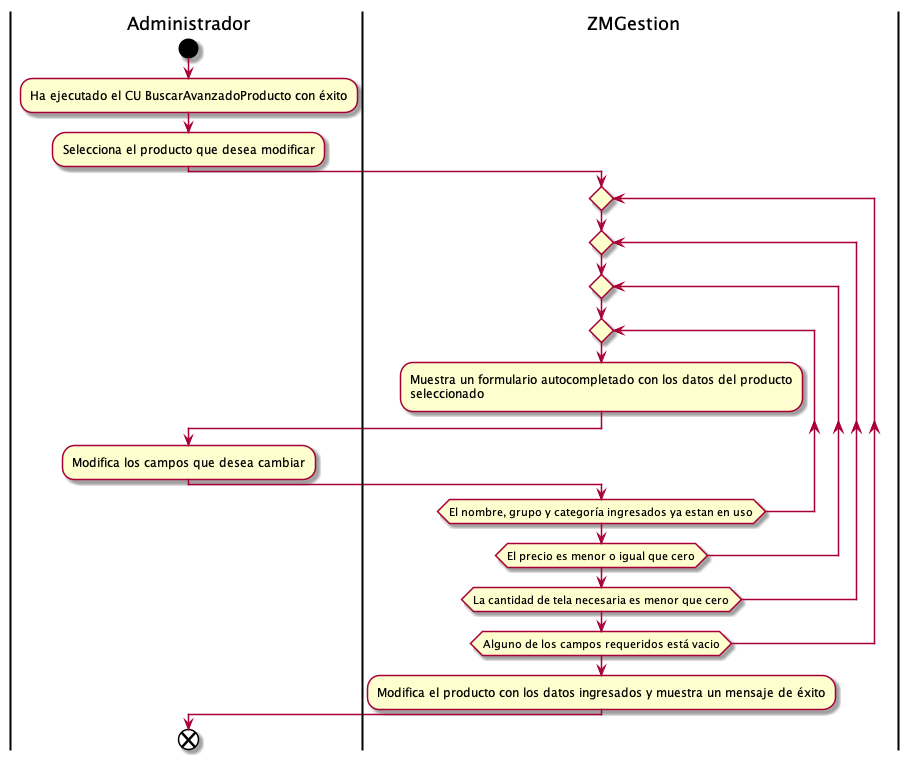
This is Informe Final/Imagenes/DiagramasActividad/DiagramaDeActividad/modificarProducto.png from ZMGestion/DocumentacionZMGestion, a PlantUML export, as it was before one commit.
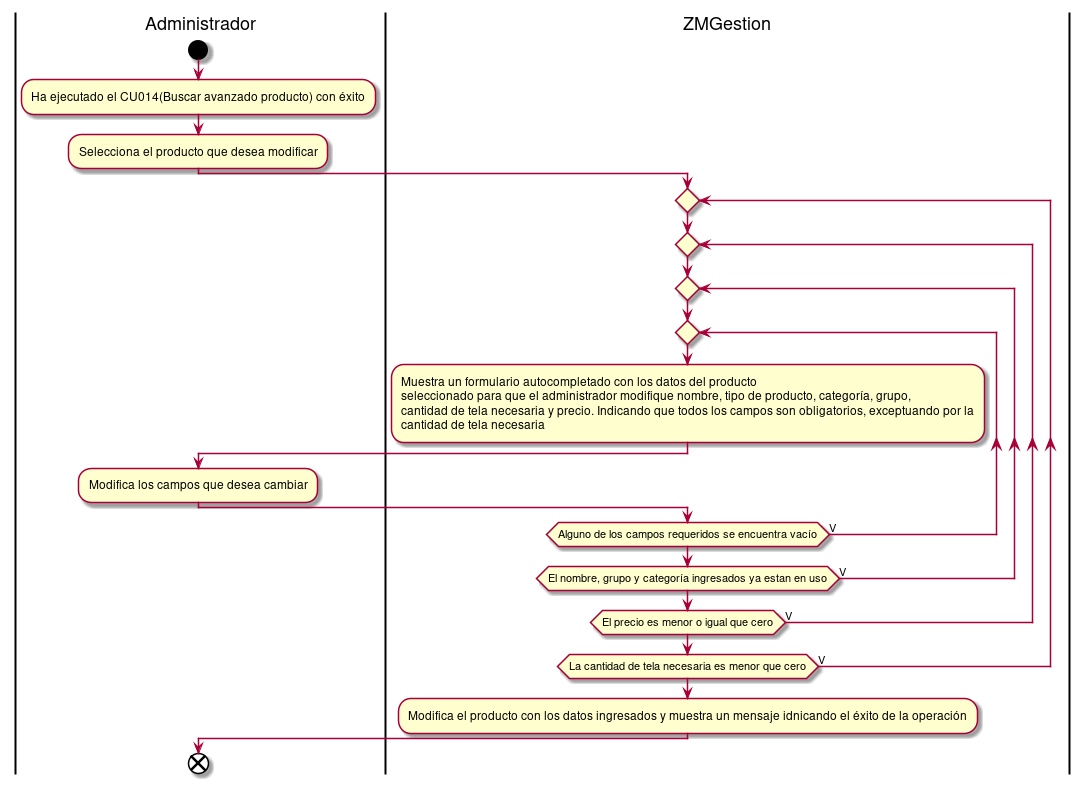
After the commit.

What changed in the source:
```diff
@@ -1,7 +1,7 @@
 @startuml modificarProducto
 |Administrador|
 start
-:Ha ejecutado el CU BuscarAvanzadoProducto con éxito;
+:Ha ejecutado el CU014(Buscar avanzado producto) con éxito;
 :Selecciona el producto que desea modificar;
 |ZMGestion|
 repeat
@@ -9,15 +9,17 @@
 repeat
 repeat
 :Muestra un formulario autocompletado con los datos del producto
-seleccionado;
+seleccionado para que el administrador modifique nombre, tipo de producto, categoría, grupo,
+cantidad de tela necesaria y precio. Indicando que todos los campos son obligatorios, exceptuando por la
+cantidad de tela necesaria;
 |Administrador|
 :Modifica los campos que desea cambiar;
 |ZMGestion|
-repeat while(El nombre, grupo y categoría ingresados ya estan en uso)
-repeat while(El precio es menor o igual que cero)
-repeat while(La cantidad de tela necesaria es menor que cero)
-repeat while(Alguno de los campos requeridos está vacio)
-:Modifica el producto con los datos ingresados y muestra un mensaje de éxito;
+repeat while(Alguno de los campos requeridos se encuentra vacío) is (V)
+repeat while(El nombre, grupo y categoría ingresados ya estan en uso) is (V)
+repeat while(El precio es menor o igual que cero) is (V)
+repeat while(La cantidad de tela necesaria es menor que cero) is (V)
+:Modifica el producto con los datos ingresados y muestra un mensaje idnicando el éxito de la operación;
 |Administrador|
 end
 @enduml
```
